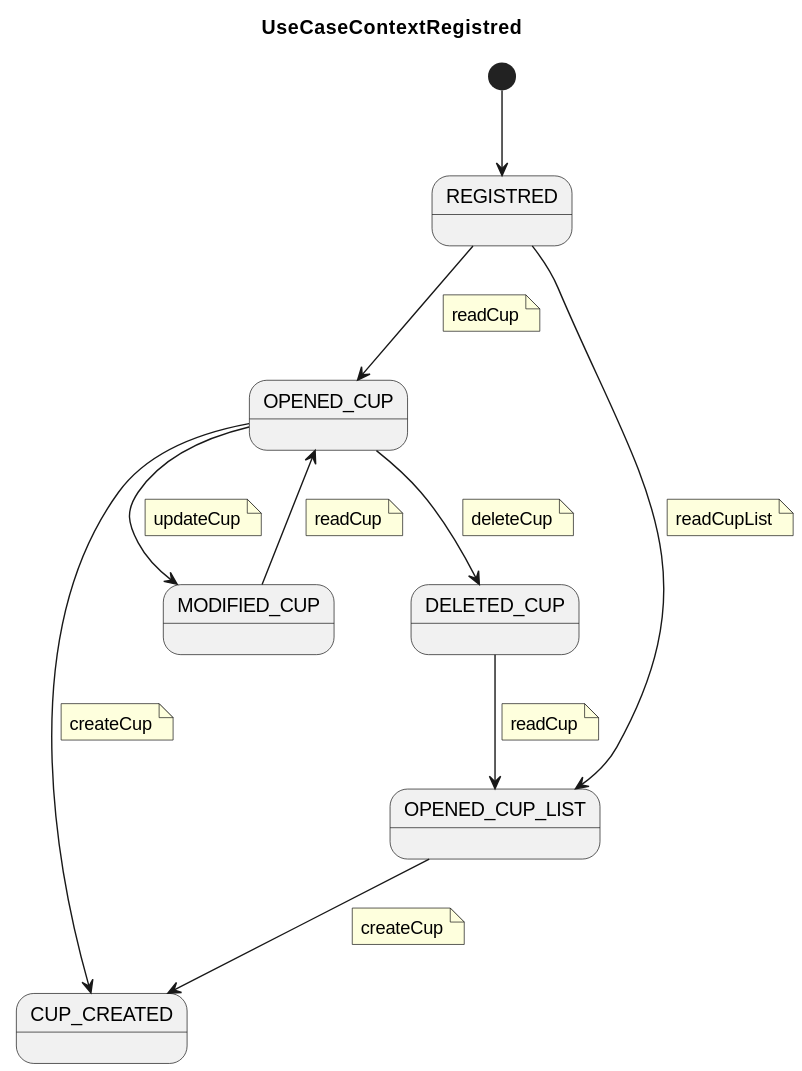
The PlantUML diagram out/documentation/uml/useCaseContextRegistred/UseCaseContextRegistred.svg in jumpering/fanaticupsFront, before a commit.
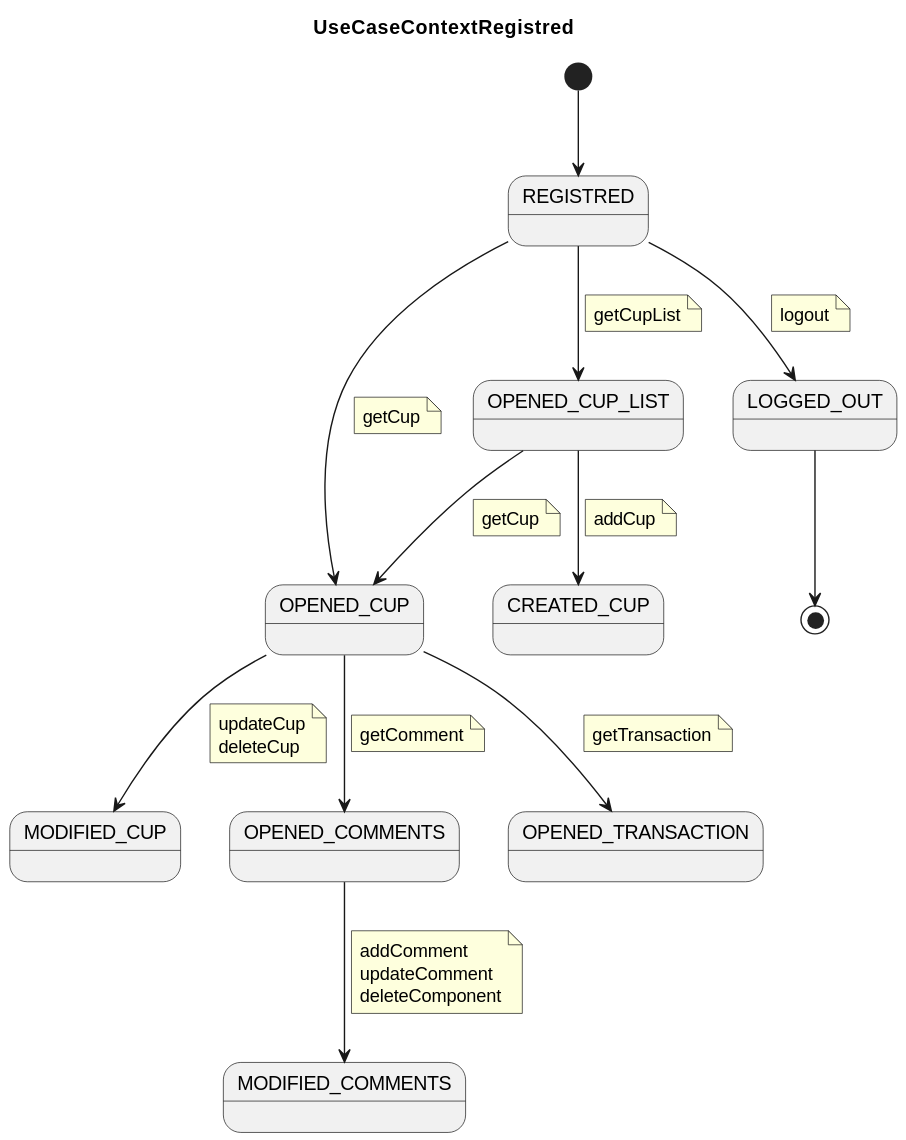
Above is the later version.

The edit, as a diff of the source:
```diff
@@ -7,44 +7,53 @@
 
 REGISTRED --> OPENED_CUP
     note on link
-        readCup
+        getCup
     end note
 
 REGISTRED --> OPENED_CUP_LIST
     note on link
-        readCupList
+        getCupList
     end note
 
-OPENED_CUP --> CUP_CREATED
+OPENED_CUP_LIST --> CREATED_CUP
     note on link
-        createCup
+        addCup
     end note
 
-OPENED_CUP_LIST --> CUP_CREATED
+OPENED_CUP_LIST --> OPENED_CUP
     note on link
-        createCup
+        getCup
     end note
 
 OPENED_CUP --> MODIFIED_CUP
     note on link
         updateCup
-    end note
-
-OPENED_CUP --> DELETED_CUP
-    note on link
         deleteCup
     end note
 
-
-DELETED_CUP --> OPENED_CUP_LIST
+OPENED_CUP --> OPENED_COMMENTS
     note on link
-        readCup
+        getComment
     end note
 
-MODIFIED_CUP --> OPENED_CUP
+OPENED_CUP --> OPENED_TRANSACTION
     note on link
-        readCup
+        getTransaction
     end note
+
+OPENED_COMMENTS --> MODIFIED_COMMENTS
+    note on link
+        addComment
+        updateComment
+        deleteComponent
+    end note
+
+REGISTRED --> LOGGED_OUT
+    note on link
+        logout
+    end note
+
+LOGGED_OUT --> [*]
 
 
 @enduml
```
